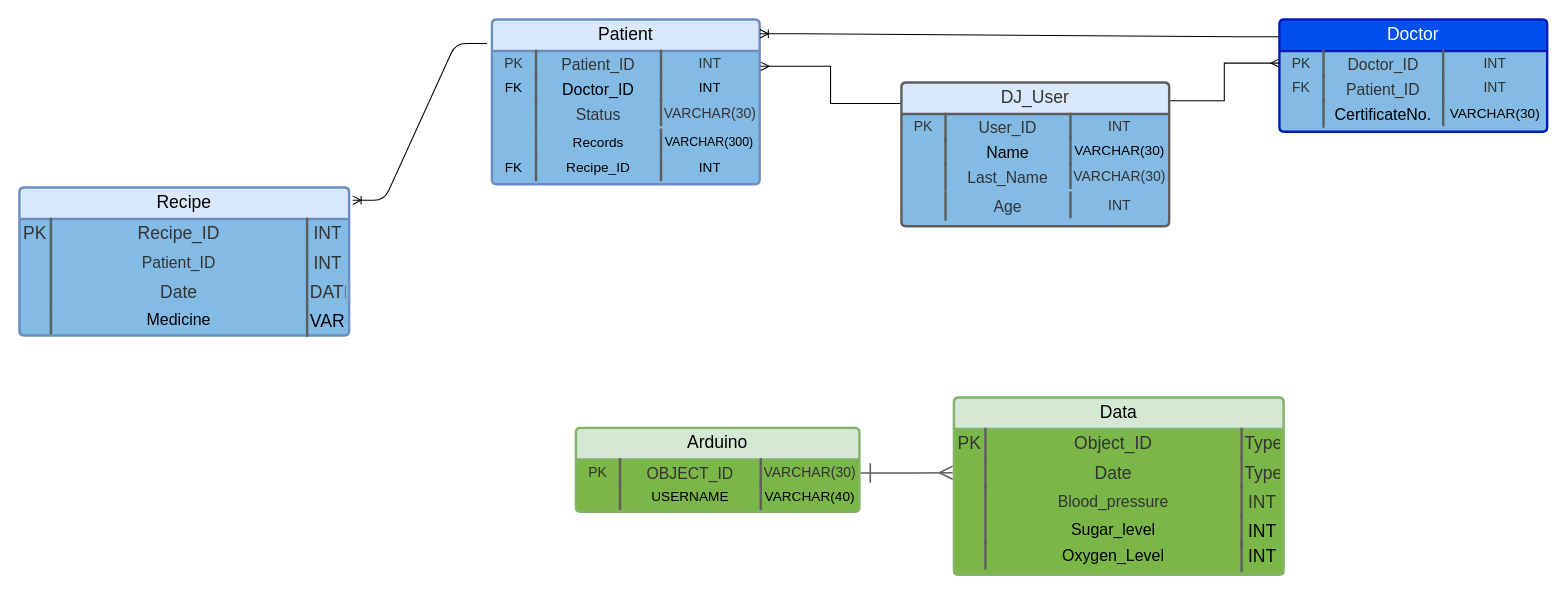
Above: Untitled Diagram.drawio in HostVital-IoT/BackEnd (draw.io), before the change. Source tidied: cells renumbered, new cells numbered last; positions are measured from the earlier drawing's top-left corner, leaving out a move shared by most shapes. Both pictures are drawn from the tidied source at 105%, with x=0, y=0 at pixel (19, 19).
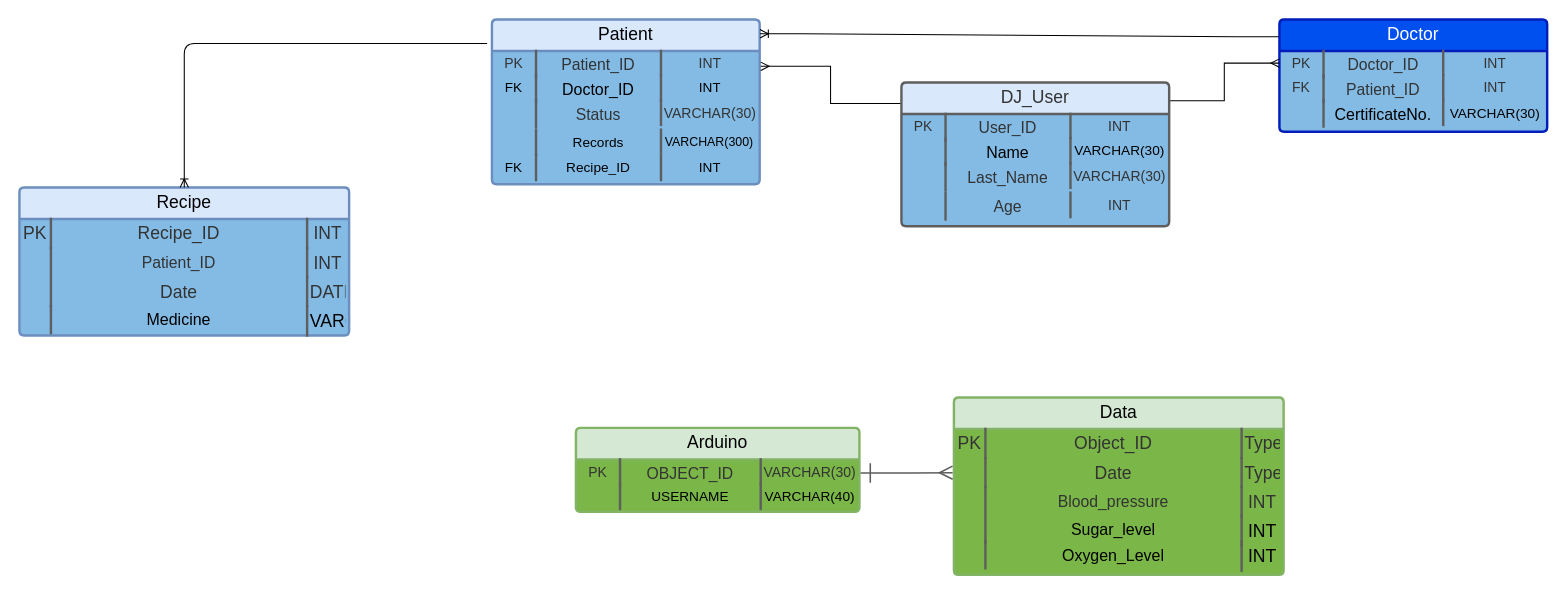
Above is the later version.

Unchanged cells that the change refers to:
```xml
<mxCell id="2" value="Patient" style="html=1;overflow=block;blockSpacing=1;whiteSpace=wrap;swimlane;fontStyle=0;swimlaneFillColor=#83bbe5;startSize=30;whiteSpace=wrap;fontSize=16.7;align=center;whiteSpace=wrap;spacing=0;strokeColor=#6c8ebf;strokeOpacity=100;fillOpacity=100;rounded=1;absoluteArcSize=1;arcSize=9;strokeWidth=2.3;fillColor=#DAE8FC;" parent="1" vertex="1">
  <mxGeometry x="450" width="255" height="157" as="geometry" />
</mxCell>
<mxCell id="53" value="Recipe" style="html=1;overflow=block;blockSpacing=1;whiteSpace=wrap;swimlane;fontStyle=0;swimlaneFillColor=#83bbe5;startSize=30;whiteSpace=wrap;fontSize=16.7;align=center;fillColor=#dae8fc;whiteSpace=wrap;spacing=0;strokeColor=#6c8ebf;strokeOpacity=100;fillOpacity=100;rounded=1;absoluteArcSize=1;arcSize=9;strokeWidth=2.3;" parent="1" vertex="1">
  <mxGeometry y="160" width="314" height="141" as="geometry" />
</mxCell>
```

What changed in the source:
```diff
@@
-    <mxCell id="66" style="edgeStyle=entityRelationEdgeStyle;fontSize=12;html=1;endArrow=ERoneToMany;entryX=1.011;entryY=0.087;entryDx=0;entryDy=0;entryPerimeter=0;exitX=-0.018;exitY=0.146;exitDx=0;exitDy=0;exitPerimeter=0;" parent="1" edge="1" source="2" target="53">
+    <mxCell id="66" style="edgeStyle=orthogonalEdgeStyle;fontSize=12;html=1;endArrow=ERoneToMany;entryX=0.5;entryY=0;entryDx=0;entryDy=0;exitX=-0.018;exitY=0.146;exitDx=0;exitDy=0;exitPerimeter=0;" parent="1" edge="1" source="2" target="53">
       <mxGeometry relative="1" as="geometry" />
     </mxCell>
```
